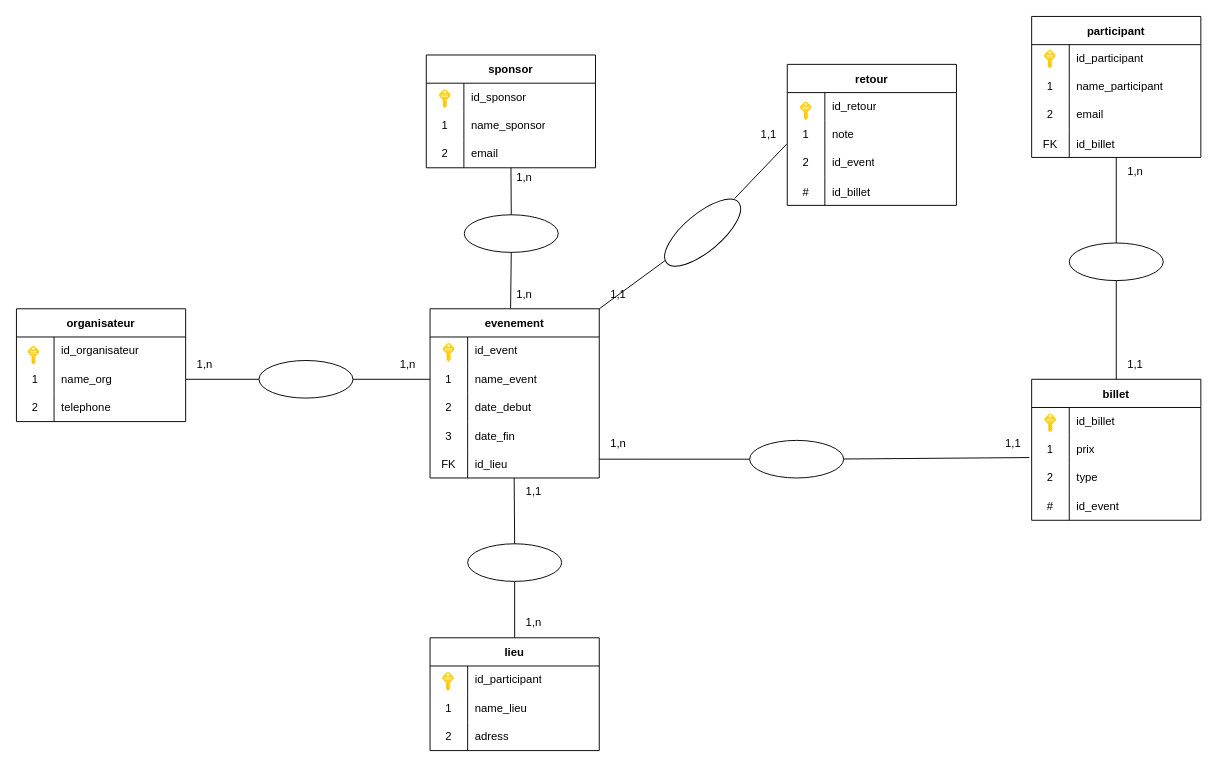
Above: mcd.drawio in Zakaria-Kharroub/Event-Connect (draw.io), before the change. Source tidied: cells renumbered, new cells numbered last; positions are measured from the earlier drawing's top-left corner, leaving out a move shared by most shapes. Both pictures are drawn from the tidied source at 94%, with x=0, y=0 at pixel (16, 16).
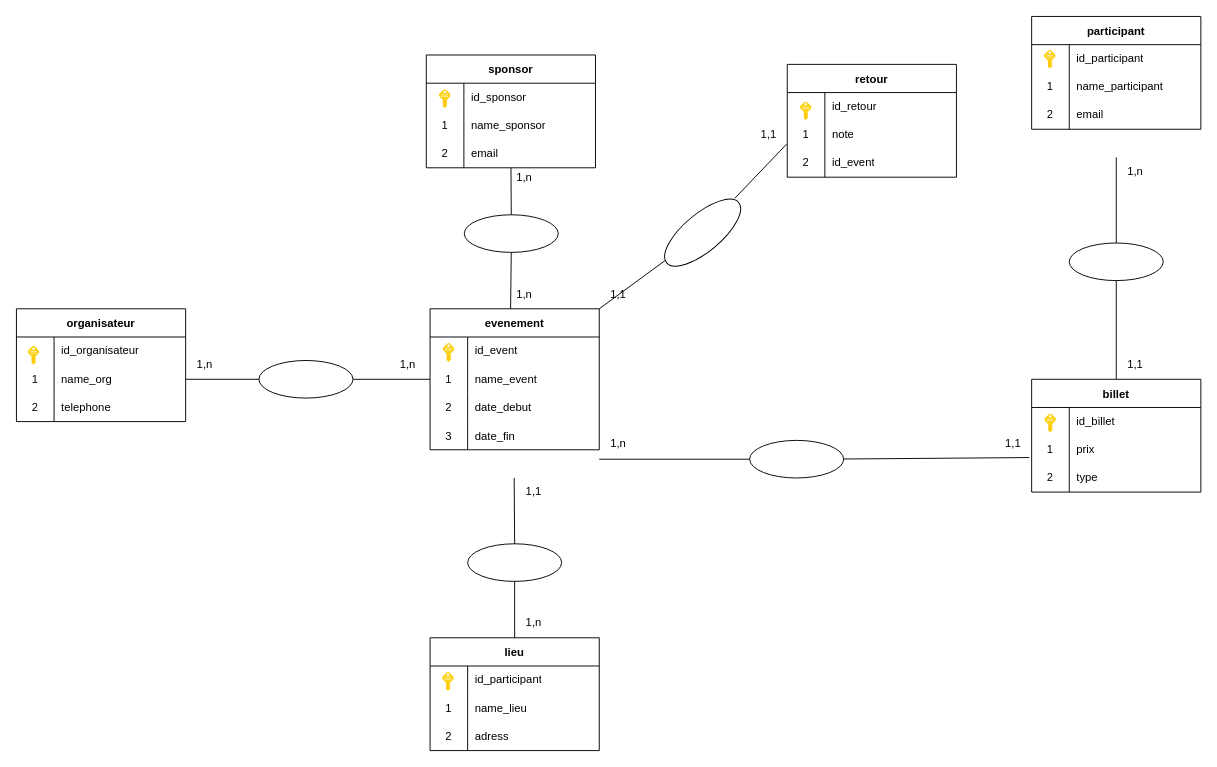
Above is the later version.

Unchanged cells that the change refers to:
```xml
<mxCell id="97" style="ellipse;whiteSpace=wrap;html=1;" parent="1" vertex="1">
  <mxGeometry x="1120" y="241" width="100" height="40" as="geometry" />
</mxCell>
<mxCell id="98" style="ellipse;whiteSpace=wrap;html=1;rotation=90;direction=south;" parent="1" vertex="1">
  <mxGeometry x="810" y="421" width="40" height="100" as="geometry" />
</mxCell>
```

Diff of the diagram source:
```diff
@@
     <mxCell id="2" value="evenement" style="shape=table;startSize=30;childLayout=tableLayout;rowLines=0;fontStyle=1;" parent="1" vertex="1">
-      <mxGeometry x="440" y="311" width="180" height="180" as="geometry" />
+      <mxGeometry x="440" y="311" width="180" height="150" as="geometry" />
     </mxCell>
@@
-    <mxCell id="15" style="shape=tableRow;horizontal=0;startSize=0;swimlaneHead=0;swimlaneBody=0;fillColor=none;points=[[0,0.5],[1,0.5]];portConstraint=eastwest;top=0;left=0;right=0;bottom=0;" parent="2" vertex="1">
-      <mxGeometry y="150" width="180" height="30" as="geometry" />
-    </mxCell>
-    <mxCell id="16" value="FK" style="shape=partialRectangle;fillColor=none;top=0;left=0;bottom=0;right=0;fontStyle=0;overflow=hidden;" parent="15" vertex="1">
-      <mxGeometry width="40" height="30" as="geometry" />
-    </mxCell>
-    <mxCell id="17" value="id_lieu" style="shape=partialRectangle;fillColor=none;top=0;left=0;bottom=0;right=0;align=left;spacingLeft=6;fontStyle=0;overflow=hidden;" parent="15" vertex="1">
-      <mxGeometry x="40" width="140" height="30" as="geometry" />
-    </mxCell>
@@
     <mxCell id="19" value="participant" style="shape=table;startSize=30;childLayout=tableLayout;rowLines=0;fontStyle=1;" parent="1" vertex="1">
-      <mxGeometry x="1080" width="180" height="150" as="geometry" />
+      <mxGeometry x="1080" width="180" height="120" as="geometry" />
     </mxCell>
@@
-    <mxCell id="29" style="shape=tableRow;horizontal=0;startSize=0;swimlaneHead=0;swimlaneBody=0;fillColor=none;points=[[0,0.5],[1,0.5]];portConstraint=eastwest;top=0;left=0;right=0;bottom=0;" parent="19" vertex="1">
-      <mxGeometry y="120" width="180" height="30" as="geometry" />
-    </mxCell>
-    <mxCell id="30" value="FK" style="shape=partialRectangle;fillColor=none;top=0;left=0;bottom=0;right=0;fontStyle=0;overflow=hidden;" parent="29" vertex="1">
-      <mxGeometry width="40" height="30" as="geometry" />
-    </mxCell>
-    <mxCell id="31" value="id_billet" style="shape=partialRectangle;fillColor=none;top=0;left=0;bottom=0;right=0;align=left;spacingLeft=6;fontStyle=0;overflow=hidden;" parent="29" vertex="1">
-      <mxGeometry x="40" width="140" height="30" as="geometry" />
-    </mxCell>
@@
     <mxCell id="55" value="billet" style="shape=table;startSize=30;childLayout=tableLayout;rowLines=0;fontStyle=1;" parent="1" vertex="1">
-      <mxGeometry x="1080" y="386" width="180" height="150" as="geometry" />
+      <mxGeometry x="1080" y="386" width="180" height="120" as="geometry" />
     </mxCell>
@@
-    <mxCell id="65" style="shape=tableRow;horizontal=0;startSize=0;swimlaneHead=0;swimlaneBody=0;fillColor=none;top=0;left=0;right=0;bottom=0;" parent="55" vertex="1">
-      <mxGeometry y="120" width="180" height="30" as="geometry" />
-    </mxCell>
-    <mxCell id="66" value="#" style="shape=partialRectangle;fillColor=none;top=0;left=0;bottom=0;right=0;fontStyle=0;overflow=hidden;" parent="65" vertex="1">
-      <mxGeometry width="40" height="30" as="geometry" />
-    </mxCell>
-    <mxCell id="67" value="id_event" style="shape=partialRectangle;fillColor=none;top=0;left=0;bottom=0;right=0;align=left;spacingLeft=6;fontStyle=0;overflow=hidden;" parent="65" vertex="1">
-      <mxGeometry x="40" width="140" height="30" as="geometry" />
-    </mxCell>
@@
     <mxCell id="79" value="retour" style="shape=table;startSize=30;childLayout=tableLayout;rowLines=0;fontStyle=1;" parent="1" vertex="1">
-      <mxGeometry x="820" y="51" width="180" height="150" as="geometry" />
+      <mxGeometry x="820" y="51" width="180" height="120" as="geometry" />
     </mxCell>
@@
-    <mxCell id="89" style="shape=tableRow;horizontal=0;startSize=0;swimlaneHead=0;swimlaneBody=0;fillColor=none;top=0;left=0;right=0;bottom=0;" parent="79" vertex="1">
-      <mxGeometry y="120" width="180" height="30" as="geometry" />
-    </mxCell>
-    <mxCell id="90" value="#" style="shape=partialRectangle;fillColor=none;top=0;left=0;bottom=0;right=0;fontStyle=0;overflow=hidden;" parent="89" vertex="1">
-      <mxGeometry width="40" height="30" as="geometry" />
-    </mxCell>
-    <mxCell id="91" value="id_billet" style="shape=partialRectangle;fillColor=none;top=0;left=0;bottom=0;right=0;align=left;spacingLeft=6;fontStyle=0;overflow=hidden;" parent="89" vertex="1">
-      <mxGeometry x="40" width="140" height="30" as="geometry" />
-    </mxCell>
@@
-    <mxCell id="103" style="endArrow=none;html=1;exitX=0.5;exitY=0;exitDx=0;exitDy=0;" parent="1" edge="1" source="97" target="29">
-      <mxGeometry relative="1" as="geometry" />
+    <mxCell id="103" style="endArrow=none;html=1;exitX=0.5;exitY=0;exitDx=0;exitDy=0;" parent="1" edge="1" source="97">
+      <mxGeometry relative="1" as="geometry">
+        <mxPoint x="1170" y="150" as="targetPoint" />
+      </mxGeometry>
     </mxCell>
@@
-    <mxCell id="107" style="endArrow=none;html=1;entryX=1;entryY=0.333;entryDx=0;entryDy=0;entryPerimeter=0;" parent="1" edge="1" source="98" target="15">
-      <mxGeometry relative="1" as="geometry" />
+    <mxCell id="107" style="endArrow=none;html=1;entryX=1;entryY=0.333;entryDx=0;entryDy=0;entryPerimeter=0;" parent="1" edge="1" source="98">
+      <mxGeometry relative="1" as="geometry">
+        <mxPoint x="620" y="471" as="targetPoint" />
+      </mxGeometry>
     </mxCell>
```
